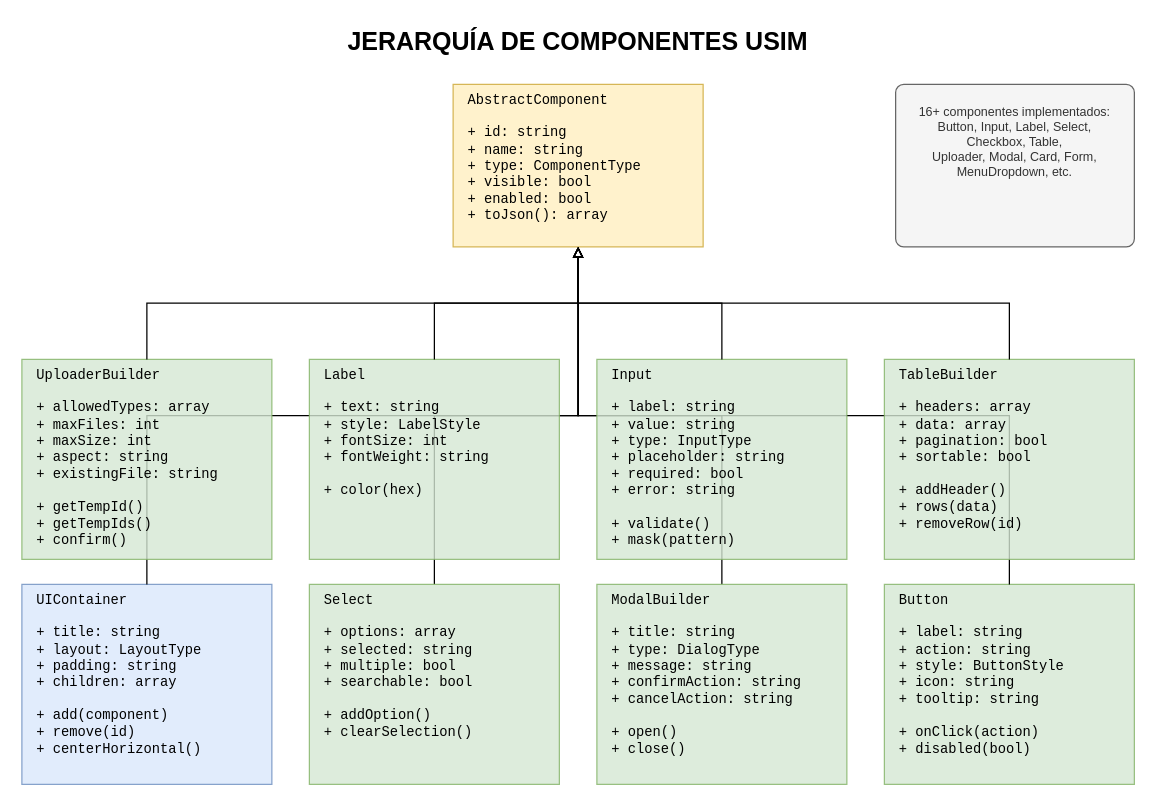
The draw.io diagram page "3. Clases de Componentes" (3 of 4) of docs/framework/USIM_DIAGRAMS.drawio in idei/usim-framework, before the edit. Source tidied: cells renumbered, new cells numbered last; positions are measured from the earlier drawing's top-left corner, leaving out a move shared by most shapes. Both pictures are drawn from the tidied source at 125%, with x=0, y=0 at pixel (21, 21).
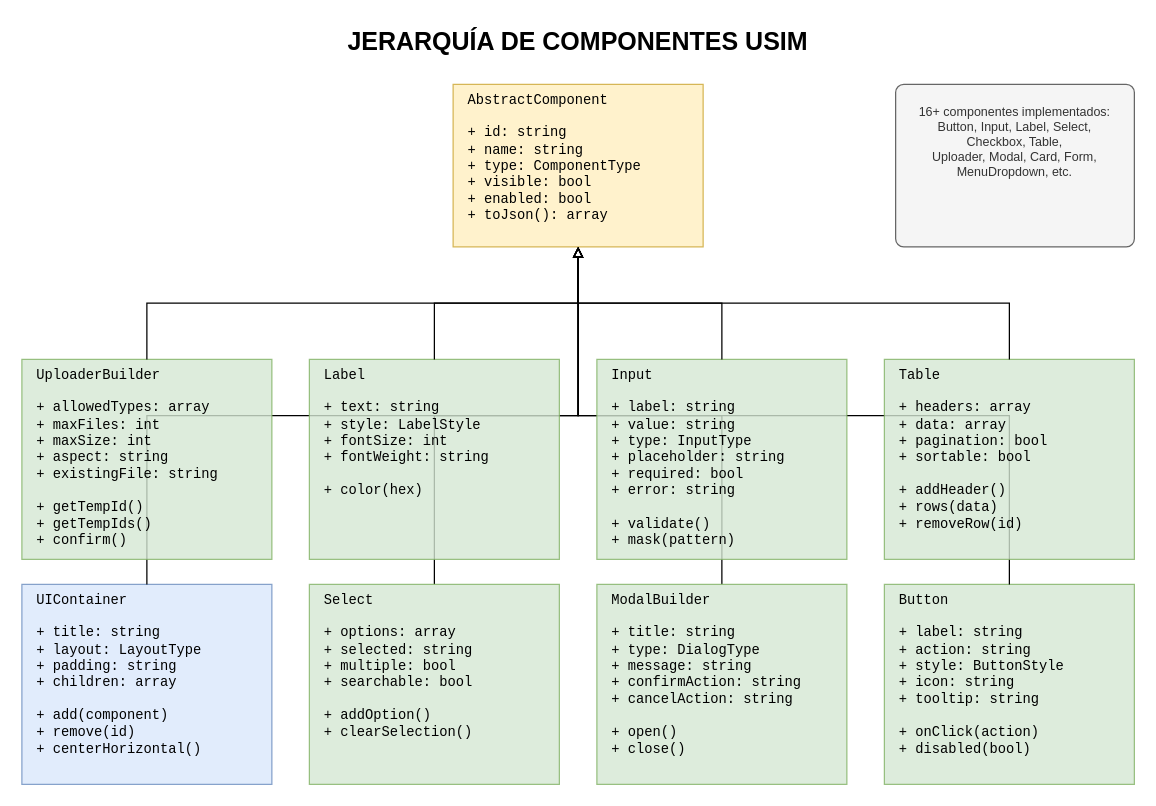
The same diagram, later.

Change to the diagram source:
```diff
@@
-    <mxCell id="12" value="TableBuilder&#10;&#10;+ headers: array&#10;+ data: array&#10;+ pagination: bool&#10;+ sortable: bool&#10;&#10;+ addHeader()&#10;+ rows(data)&#10;+ removeRow(id)" style="rounded=0;whiteSpace=wrap;html=1;fillColor=#d5e8d4;strokeColor=#82b366;align=left;verticalAlign=top;spacingLeft=10;fontFamily=Courier New;fontSize=11;opacity=80;" parent="1" vertex="1">
+    <mxCell id="12" value="Table&#10;&#10;+ headers: array&#10;+ data: array&#10;+ pagination: bool&#10;+ sortable: bool&#10;&#10;+ addHeader()&#10;+ rows(data)&#10;+ removeRow(id)" style="rounded=0;whiteSpace=wrap;html=1;fillColor=#d5e8d4;strokeColor=#82b366;align=left;verticalAlign=top;spacingLeft=10;fontFamily=Courier New;fontSize=11;opacity=80;" parent="1" vertex="1">
       <mxGeometry x="690" y="270" width="200" height="160" as="geometry" />
     </mxCell>
```
